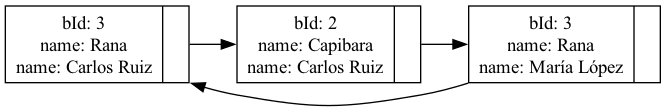
Earlier version of the Graphviz export Proyecto1/reports/preceseed_circular_list_ART-223.png (marcosbondel/IPC2_ProyectoVD2024_202202410). Its source is kept beside it as Proyecto1/dot_reports/preceseed_circular_list_ART-223.dot. The source it was exported from:
```dot
digraph G {
            rankdir=LR;
            node[shape=record, height=.1]
        nodo0[label="{bId: 3\nname: Rana\nname: Carlos Ruiz\n|<f1>}"];
nodo1[label="{bId: 2\nname: Capibara\nname: Carlos Ruiz\n|<f1>}"];
nodo2[label="{bId: 3\nname: Rana\nname: María López\n|<f1>}"];
nodo0 -> nodo1;
nodo1 -> nodo2;
nodo2 -> nodo0[constraint=false];
}
```
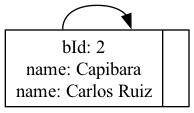
After the change.

The edit, as a diff of the source:
```diff
@@ -1,10 +1,6 @@
 digraph G {
             rankdir=LR;
             node[shape=record, height=.1]
-        nodo0[label="{bId: 3\nname: Rana\nname: Carlos Ruiz\n|<f1>}"];
-nodo1[label="{bId: 2\nname: Capibara\nname: Carlos Ruiz\n|<f1>}"];
-nodo2[label="{bId: 3\nname: Rana\nname: María López\n|<f1>}"];
-nodo0 -> nodo1;
-nodo1 -> nodo2;
-nodo2 -> nodo0[constraint=false];
+        nodo0[label="{bId: 2\nname: Capibara\nname: Carlos Ruiz\n|<f1>}"];
+nodo0 -> nodo0[constraint=false];
 }
```
